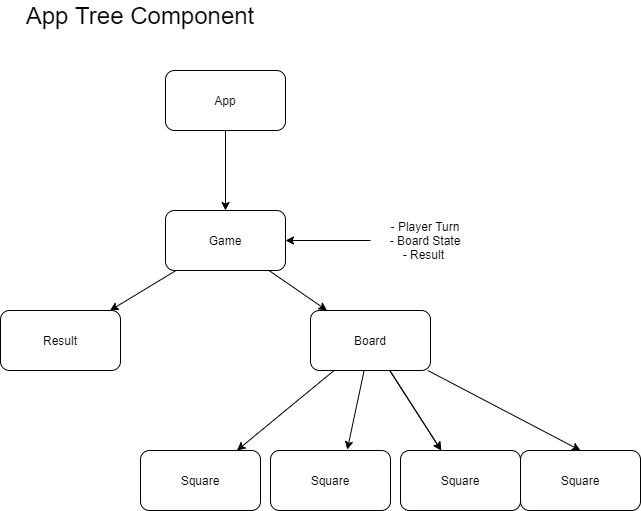
Earlier version of the draw.io export app-diagram.drawio.png (SchoolOfCode/noughts-and-crosses-plan-room61). Source tidied: cells renumbered, new cells last; positions are measured from the earlier drawing's top-left corner, leaving out a move shared by most shapes. Its diagram source:
```xml
<mxGraphModel>
  <root>
    <mxCell id="0" />
    <mxCell id="1" parent="0" />
    <mxCell id="2" style="edgeStyle=none;html=1;" parent="1" edge="1" source="3" target="6">
      <mxGeometry relative="1" as="geometry" />
    </mxCell>
    <mxCell id="3" value="App" style="rounded=1;whiteSpace=wrap;html=1;" parent="1" vertex="1">
      <mxGeometry x="165" y="70" width="120" height="60" as="geometry" />
    </mxCell>
    <mxCell id="4" style="edgeStyle=none;html=1;" parent="1" edge="1" source="6" target="12">
      <mxGeometry relative="1" as="geometry" />
    </mxCell>
    <mxCell id="5" style="edgeStyle=none;html=1;" parent="1" edge="1" source="6" target="17">
      <mxGeometry relative="1" as="geometry" />
    </mxCell>
    <mxCell id="6" value="Game" style="rounded=1;whiteSpace=wrap;html=1;" parent="1" vertex="1">
      <mxGeometry x="165" y="210" width="120" height="60" as="geometry" />
    </mxCell>
    <mxCell id="7" style="edgeStyle=none;html=1;" parent="1" edge="1" source="12" target="13">
      <mxGeometry relative="1" as="geometry" />
    </mxCell>
    <mxCell id="8" style="edgeStyle=none;html=1;" parent="1" edge="1" source="12" target="15">
      <mxGeometry relative="1" as="geometry" />
    </mxCell>
    <mxCell id="9" style="edgeStyle=none;html=1;" parent="1" edge="1" source="12" target="15">
      <mxGeometry relative="1" as="geometry" />
    </mxCell>
    <mxCell id="10" style="edgeStyle=none;html=1;entryX=0.64;entryY=-0.014;entryDx=0;entryDy=0;entryPerimeter=0;" parent="1" edge="1" source="12" target="14">
      <mxGeometry relative="1" as="geometry" />
    </mxCell>
    <mxCell id="11" style="edgeStyle=none;html=1;entryX=0.5;entryY=0;entryDx=0;entryDy=0;" parent="1" edge="1" source="12" target="16">
      <mxGeometry relative="1" as="geometry" />
    </mxCell>
    <mxCell id="12" value="Board" style="rounded=1;whiteSpace=wrap;html=1;" parent="1" vertex="1">
      <mxGeometry x="310" y="310" width="120" height="60" as="geometry" />
    </mxCell>
    <mxCell id="13" value="Square" style="rounded=1;whiteSpace=wrap;html=1;" parent="1" vertex="1">
      <mxGeometry x="140" y="450" width="120" height="60" as="geometry" />
    </mxCell>
    <mxCell id="14" value="Square" style="rounded=1;whiteSpace=wrap;html=1;" parent="1" vertex="1">
      <mxGeometry x="270" y="450" width="120" height="60" as="geometry" />
    </mxCell>
    <mxCell id="15" value="Square" style="rounded=1;whiteSpace=wrap;html=1;" parent="1" vertex="1">
      <mxGeometry x="400" y="450" width="120" height="60" as="geometry" />
    </mxCell>
    <mxCell id="16" value="Square" style="rounded=1;whiteSpace=wrap;html=1;" parent="1" vertex="1">
      <mxGeometry x="520" y="450" width="120" height="60" as="geometry" />
    </mxCell>
    <mxCell id="17" value="Result" style="rounded=1;whiteSpace=wrap;html=1;" parent="1" vertex="1">
      <mxGeometry y="310" width="120" height="60" as="geometry" />
    </mxCell>
    <mxCell id="18" style="edgeStyle=none;html=1;entryX=1;entryY=0.5;entryDx=0;entryDy=0;" parent="1" edge="1" source="19" target="6">
      <mxGeometry relative="1" as="geometry" />
    </mxCell>
    <mxCell id="19" value="- Player Turn&lt;br&gt;- Board State&lt;br&gt;- Result&amp;nbsp;" style="text;html=1;strokeColor=none;fillColor=none;align=center;verticalAlign=middle;whiteSpace=wrap;rounded=0;" parent="1" vertex="1">
      <mxGeometry x="370" y="210" width="110" height="60" as="geometry" />
    </mxCell>
    <mxCell id="20" value="&lt;font style=&quot;font-size: 24px&quot;&gt;App Tree Component&lt;/font&gt;" style="text;html=1;strokeColor=none;fillColor=none;align=center;verticalAlign=middle;whiteSpace=wrap;rounded=0;" parent="1" vertex="1">
      <mxGeometry width="280" height="30" as="geometry" />
    </mxCell>
  </root>
</mxGraphModel>
```
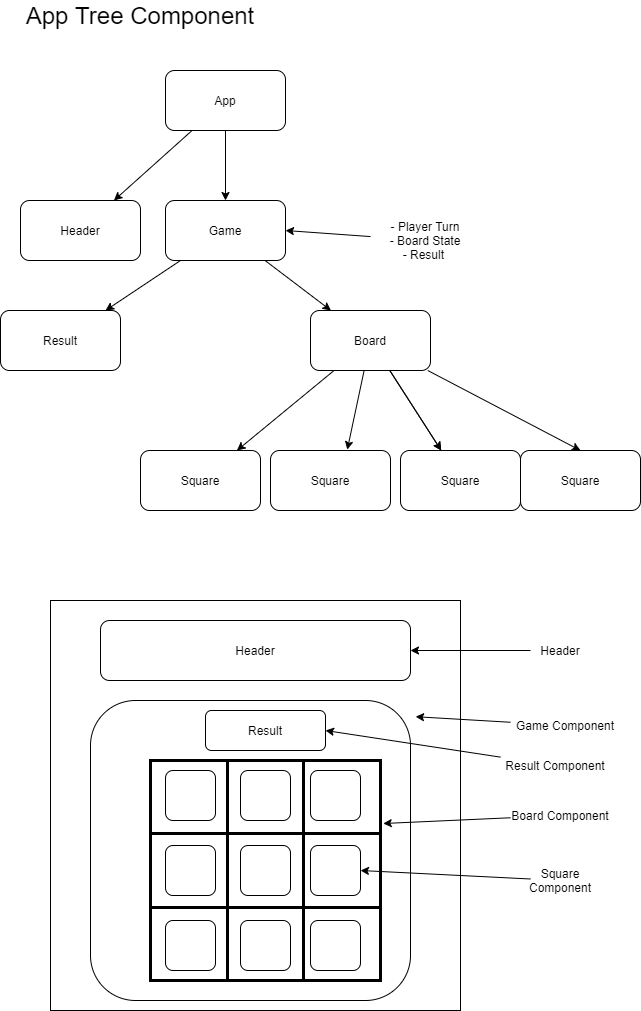
The same diagram one commit later.

The edit, as a diff of the source:
```diff
@@ -5,6 +5,9 @@
     <mxCell id="2" style="edgeStyle=none;html=1;" parent="1" edge="1" source="3" target="6">
       <mxGeometry relative="1" as="geometry" />
     </mxCell>
+    <mxCell id="21" style="edgeStyle=none;html=1;" parent="1" edge="1" source="3" target="58">
+      <mxGeometry relative="1" as="geometry" />
+    </mxCell>
     <mxCell id="3" value="App" style="rounded=1;whiteSpace=wrap;html=1;" parent="1" vertex="1">
       <mxGeometry x="165" y="70" width="120" height="60" as="geometry" />
     </mxCell>
@@ -15,7 +18,7 @@
       <mxGeometry relative="1" as="geometry" />
     </mxCell>
     <mxCell id="6" value="Game" style="rounded=1;whiteSpace=wrap;html=1;" parent="1" vertex="1">
-      <mxGeometry x="165" y="210" width="120" height="60" as="geometry" />
+      <mxGeometry x="165" y="200" width="120" height="60" as="geometry" />
     </mxCell>
     <mxCell id="7" style="edgeStyle=none;html=1;" parent="1" edge="1" source="12" target="13">
       <mxGeometry relative="1" as="geometry" />
@@ -59,5 +62,116 @@
     <mxCell id="20" value="&lt;font style=&quot;font-size: 24px&quot;&gt;App Tree Component&lt;/font&gt;" style="text;html=1;strokeColor=none;fillColor=none;align=center;verticalAlign=middle;whiteSpace=wrap;rounded=0;" parent="1" vertex="1">
       <mxGeometry width="280" height="30" as="geometry" />
     </mxCell>
+    <mxCell id="22" style="whiteSpace=wrap;html=1;" parent="1" vertex="1">
+      <mxGeometry x="50" y="600" width="410" height="410" as="geometry" />
+    </mxCell>
+    <mxCell id="23" style="shape=table;html=1;whiteSpace=wrap;startSize=0;fillColor=none;strokeColor=default;rounded=0;strokeWidth=3;" parent="1" vertex="1">
+      <mxGeometry x="150" y="760" width="230" height="220" as="geometry" />
+    </mxCell>
+    <mxCell id="24" style="shape=partialRectangle;html=1;whiteSpace=wrap;fillColor=none;top=0;left=0;bottom=0;right=0;" parent="23" vertex="1">
+      <mxGeometry width="230" height="73" as="geometry" />
+    </mxCell>
+    <mxCell id="25" style="shape=partialRectangle;html=1;whiteSpace=wrap;fillColor=none;top=0;left=0;bottom=0;right=0;overflow=hidden;" parent="24" vertex="1">
+      <mxGeometry width="77" height="73" as="geometry" />
+    </mxCell>
+    <mxCell id="26" style="shape=partialRectangle;html=1;whiteSpace=wrap;fillColor=none;top=0;left=0;bottom=0;right=0;overflow=hidden;" parent="24" vertex="1">
+      <mxGeometry x="77" width="76" height="73" as="geometry" />
+    </mxCell>
+    <mxCell id="27" style="shape=partialRectangle;html=1;whiteSpace=wrap;fillColor=none;top=0;left=0;bottom=0;right=0;overflow=hidden;" parent="24" vertex="1">
+      <mxGeometry x="153" width="77" height="73" as="geometry" />
+    </mxCell>
+    <mxCell id="28" style="shape=partialRectangle;html=1;whiteSpace=wrap;fillColor=none;top=0;left=0;bottom=0;right=0;points=[[0,0.5],[1,0.5]];portConstraint=eastwest;" parent="23" vertex="1">
+      <mxGeometry y="73" width="230" height="74" as="geometry" />
+    </mxCell>
+    <mxCell id="29" style="shape=partialRectangle;html=1;whiteSpace=wrap;fillColor=none;top=0;left=0;bottom=0;right=0;overflow=hidden;" parent="28" vertex="1">
+      <mxGeometry width="77" height="74" as="geometry" />
+    </mxCell>
+    <mxCell id="30" style="shape=partialRectangle;html=1;whiteSpace=wrap;fillColor=none;top=0;left=0;bottom=0;right=0;overflow=hidden;" parent="28" vertex="1">
+      <mxGeometry x="77" width="76" height="74" as="geometry" />
+    </mxCell>
+    <mxCell id="31" style="shape=partialRectangle;html=1;whiteSpace=wrap;fillColor=none;top=0;left=0;bottom=0;right=0;overflow=hidden;" parent="28" vertex="1">
+      <mxGeometry x="153" width="77" height="74" as="geometry" />
+    </mxCell>
+    <mxCell id="32" style="shape=partialRectangle;html=1;whiteSpace=wrap;fillColor=none;top=0;left=0;bottom=0;right=0;" parent="23" vertex="1">
+      <mxGeometry y="147" width="230" height="73" as="geometry" />
+    </mxCell>
+    <mxCell id="33" style="shape=partialRectangle;html=1;whiteSpace=wrap;fillColor=none;top=0;left=0;bottom=0;right=0;overflow=hidden;" parent="32" vertex="1">
+      <mxGeometry width="77" height="73" as="geometry" />
+    </mxCell>
+    <mxCell id="34" style="shape=partialRectangle;html=1;whiteSpace=wrap;fillColor=none;top=0;left=0;bottom=0;right=0;overflow=hidden;" parent="32" vertex="1">
+      <mxGeometry x="77" width="76" height="73" as="geometry" />
+    </mxCell>
+    <mxCell id="35" style="shape=partialRectangle;html=1;whiteSpace=wrap;fillColor=none;top=0;left=0;bottom=0;right=0;overflow=hidden;" parent="32" vertex="1">
+      <mxGeometry x="153" width="77" height="73" as="geometry" />
+    </mxCell>
+    <mxCell id="36" value="Result" style="rounded=1;whiteSpace=wrap;html=1;strokeColor=default;strokeWidth=1;fillColor=none;" parent="1" vertex="1">
+      <mxGeometry x="205" y="710" width="120" height="40" as="geometry" />
+    </mxCell>
+    <mxCell id="37" value="Header" style="rounded=1;whiteSpace=wrap;html=1;strokeColor=default;strokeWidth=1;fillColor=none;" parent="1" vertex="1">
+      <mxGeometry x="100" y="620" width="310" height="60" as="geometry" />
+    </mxCell>
+    <mxCell id="38" style="rounded=1;whiteSpace=wrap;html=1;strokeColor=default;strokeWidth=1;fillColor=none;" parent="1" vertex="1">
+      <mxGeometry x="165" y="770" width="50" height="50" as="geometry" />
+    </mxCell>
+    <mxCell id="39" style="rounded=1;whiteSpace=wrap;html=1;strokeColor=default;strokeWidth=1;fillColor=none;" parent="1" vertex="1">
+      <mxGeometry x="240" y="770" width="50" height="50" as="geometry" />
+    </mxCell>
+    <mxCell id="40" style="rounded=1;whiteSpace=wrap;html=1;strokeColor=default;strokeWidth=1;fillColor=none;" parent="1" vertex="1">
+      <mxGeometry x="310" y="770" width="50" height="50" as="geometry" />
+    </mxCell>
+    <mxCell id="41" style="rounded=1;whiteSpace=wrap;html=1;strokeColor=default;strokeWidth=1;fillColor=none;" parent="1" vertex="1">
+      <mxGeometry x="310" y="845" width="50" height="50" as="geometry" />
+    </mxCell>
+    <mxCell id="42" style="rounded=1;whiteSpace=wrap;html=1;strokeColor=default;strokeWidth=1;fillColor=none;" parent="1" vertex="1">
+      <mxGeometry x="310" y="920" width="50" height="50" as="geometry" />
+    </mxCell>
+    <mxCell id="43" style="rounded=1;whiteSpace=wrap;html=1;strokeColor=default;strokeWidth=1;fillColor=none;" parent="1" vertex="1">
+      <mxGeometry x="240" y="845" width="50" height="50" as="geometry" />
+    </mxCell>
+    <mxCell id="44" style="rounded=1;whiteSpace=wrap;html=1;strokeColor=default;strokeWidth=1;fillColor=none;" parent="1" vertex="1">
+      <mxGeometry x="240" y="920" width="50" height="50" as="geometry" />
+    </mxCell>
+    <mxCell id="45" style="rounded=1;whiteSpace=wrap;html=1;strokeColor=default;strokeWidth=1;fillColor=none;" parent="1" vertex="1">
+      <mxGeometry x="165" y="920" width="50" height="50" as="geometry" />
+    </mxCell>
+    <mxCell id="46" style="rounded=1;whiteSpace=wrap;html=1;strokeColor=default;strokeWidth=1;fillColor=none;" parent="1" vertex="1">
+      <mxGeometry x="165" y="845" width="50" height="50" as="geometry" />
+    </mxCell>
+    <mxCell id="47" style="edgeStyle=none;html=1;entryX=1;entryY=0.5;entryDx=0;entryDy=0;" parent="1" edge="1" source="48" target="41">
+      <mxGeometry relative="1" as="geometry" />
+    </mxCell>
+    <mxCell id="48" value="Square Component" style="text;html=1;strokeColor=none;fillColor=none;align=center;verticalAlign=middle;whiteSpace=wrap;rounded=0;" parent="1" vertex="1">
+      <mxGeometry x="530" y="865" width="60" height="30" as="geometry" />
+    </mxCell>
+    <mxCell id="49" style="edgeStyle=none;html=1;entryX=1;entryY=0.5;entryDx=0;entryDy=0;" parent="1" edge="1" source="50" target="36">
+      <mxGeometry relative="1" as="geometry" />
+    </mxCell>
+    <mxCell id="50" value="Result Component" style="text;html=1;strokeColor=none;fillColor=none;align=center;verticalAlign=middle;whiteSpace=wrap;rounded=0;" parent="1" vertex="1">
+      <mxGeometry x="500" y="750" width="110" height="30" as="geometry" />
+    </mxCell>
+    <mxCell id="51" style="edgeStyle=none;html=1;entryX=1.012;entryY=-0.135;entryDx=0;entryDy=0;entryPerimeter=0;" parent="1" edge="1" source="52" target="28">
+      <mxGeometry relative="1" as="geometry" />
+    </mxCell>
+    <mxCell id="52" value="Board Component" style="text;html=1;strokeColor=none;fillColor=none;align=center;verticalAlign=middle;whiteSpace=wrap;rounded=0;" parent="1" vertex="1">
+      <mxGeometry x="510" y="800" width="100" height="30" as="geometry" />
+    </mxCell>
+    <mxCell id="53" style="edgeStyle=none;html=1;" parent="1" edge="1" source="54" target="37">
+      <mxGeometry relative="1" as="geometry" />
+    </mxCell>
+    <mxCell id="54" value="Header" style="text;html=1;strokeColor=none;fillColor=none;align=center;verticalAlign=middle;whiteSpace=wrap;rounded=0;" parent="1" vertex="1">
+      <mxGeometry x="530" y="635" width="60" height="30" as="geometry" />
+    </mxCell>
+    <mxCell id="55" style="rounded=1;whiteSpace=wrap;html=1;strokeColor=default;strokeWidth=1;fillColor=none;" parent="1" vertex="1">
+      <mxGeometry x="90" y="700" width="320" height="300" as="geometry" />
+    </mxCell>
+    <mxCell id="56" style="edgeStyle=none;html=1;entryX=1.016;entryY=0.054;entryDx=0;entryDy=0;entryPerimeter=0;" parent="1" edge="1" source="57" target="55">
+      <mxGeometry relative="1" as="geometry" />
+    </mxCell>
+    <mxCell id="57" value="Game Component" style="text;html=1;strokeColor=none;fillColor=none;align=center;verticalAlign=middle;whiteSpace=wrap;rounded=0;" parent="1" vertex="1">
+      <mxGeometry x="510" y="710" width="110" height="30" as="geometry" />
+    </mxCell>
+    <mxCell id="58" value="Header" style="rounded=1;whiteSpace=wrap;html=1;" parent="1" vertex="1">
+      <mxGeometry x="20" y="200" width="120" height="60" as="geometry" />
+    </mxCell>
   </root>
 </mxGraphModel>
```
